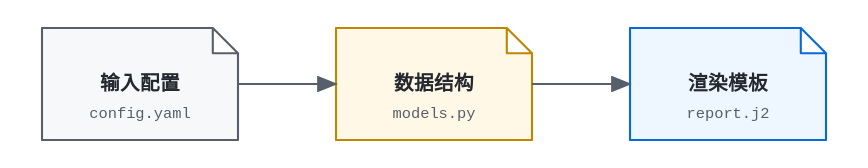
Before: images/pipeline.drawio.svg, a diagram exported from draw.io (XiaoHui2023/jinja-build). Source tidied: cells renumbered, new cells last; positions are measured from the earlier drawing's top-left corner, leaving out a move shared by most shapes. Source of this version:
```xml
<mxGraphModel>
  <root>
    <mxCell id="0" />
    <mxCell id="1" parent="0" />
    <mxCell id="2" value="&lt;b&gt;输入配置&lt;/b&gt;&lt;br&gt;&lt;font style=&quot;font-size: 11px; font-family: Consolas;&quot;&gt;config.yaml&lt;/font&gt;" style="shape=document;whiteSpace=wrap;html=1;boundedLbl=1;backgroundOutline=1;fillColor=#f6f8fa;strokeColor=#57606a;size=0.18;fontColor=#24292f;" parent="1" vertex="1">
      <mxGeometry width="140" height="80" as="geometry" />
    </mxCell>
    <mxCell id="3" value="&lt;b&gt;数据结构&lt;/b&gt;&lt;br&gt;&lt;font style=&quot;font-size: 11px; font-family: Consolas;&quot;&gt;models.py&lt;/font&gt;" style="shape=document;whiteSpace=wrap;html=1;boundedLbl=1;backgroundOutline=1;fillColor=#fff8e6;strokeColor=#bf8700;size=0.18;fontColor=#24292f;" parent="1" vertex="1">
      <mxGeometry x="210" width="140" height="80" as="geometry" />
    </mxCell>
    <mxCell id="4" value="&lt;b&gt;渲染模板&lt;/b&gt;&lt;br&gt;&lt;font style=&quot;font-size: 11px; font-family: Consolas;&quot;&gt;report.j2&lt;/font&gt;" style="shape=document;whiteSpace=wrap;html=1;boundedLbl=1;backgroundOutline=1;fillColor=#eef6ff;strokeColor=#0969da;size=0.18;fontColor=#24292f;" parent="1" vertex="1">
      <mxGeometry x="420" width="140" height="80" as="geometry" />
    </mxCell>
    <mxCell id="5" style="edgeStyle=orthogonalEdgeStyle;rounded=0;jettySize=auto;html=1;strokeColor=#57606a;endArrow=classic;endFill=1;" parent="1" edge="1" source="2" target="3">
      <mxGeometry relative="1" as="geometry" />
    </mxCell>
    <mxCell id="6" style="edgeStyle=orthogonalEdgeStyle;rounded=0;jettySize=auto;html=1;strokeColor=#57606a;endArrow=classic;endFill=1;" parent="1" edge="1" source="3" target="4">
      <mxGeometry relative="1" as="geometry" />
    </mxCell>
  </root>
</mxGraphModel>
```
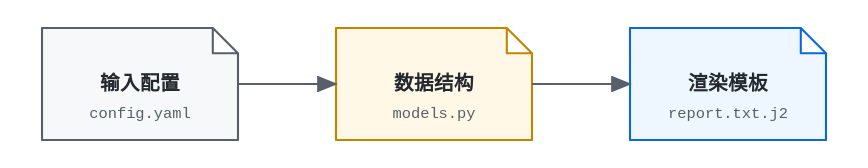
The same file after the commit.

Commit message:
README 演示示例改为 report.txt.j2 与纯 Python models，配图同步。

The edit, as a diff of the source:
```diff
@@ -8,7 +8,7 @@
     <mxCell id="3" value="&lt;b&gt;数据结构&lt;/b&gt;&lt;br&gt;&lt;font style=&quot;font-size: 11px; font-family: Consolas;&quot;&gt;models.py&lt;/font&gt;" style="shape=document;whiteSpace=wrap;html=1;boundedLbl=1;backgroundOutline=1;fillColor=#fff8e6;strokeColor=#bf8700;size=0.18;fontColor=#24292f;" parent="1" vertex="1">
       <mxGeometry x="210" width="140" height="80" as="geometry" />
     </mxCell>
-    <mxCell id="4" value="&lt;b&gt;渲染模板&lt;/b&gt;&lt;br&gt;&lt;font style=&quot;font-size: 11px; font-family: Consolas;&quot;&gt;report.j2&lt;/font&gt;" style="shape=document;whiteSpace=wrap;html=1;boundedLbl=1;backgroundOutline=1;fillColor=#eef6ff;strokeColor=#0969da;size=0.18;fontColor=#24292f;" parent="1" vertex="1">
+    <mxCell id="4" value="&lt;b&gt;渲染模板&lt;/b&gt;&lt;br&gt;&lt;font style=&quot;font-size: 11px; font-family: Consolas;&quot;&gt;report.txt.j2&lt;/font&gt;" style="shape=document;whiteSpace=wrap;html=1;boundedLbl=1;backgroundOutline=1;fillColor=#eef6ff;strokeColor=#0969da;size=0.18;fontColor=#24292f;" parent="1" vertex="1">
       <mxGeometry x="420" width="140" height="80" as="geometry" />
     </mxCell>
     <mxCell id="5" style="edgeStyle=orthogonalEdgeStyle;rounded=0;jettySize=auto;html=1;strokeColor=#57606a;endArrow=classic;endFill=1;" parent="1" edge="1" source="2" target="3">
```
